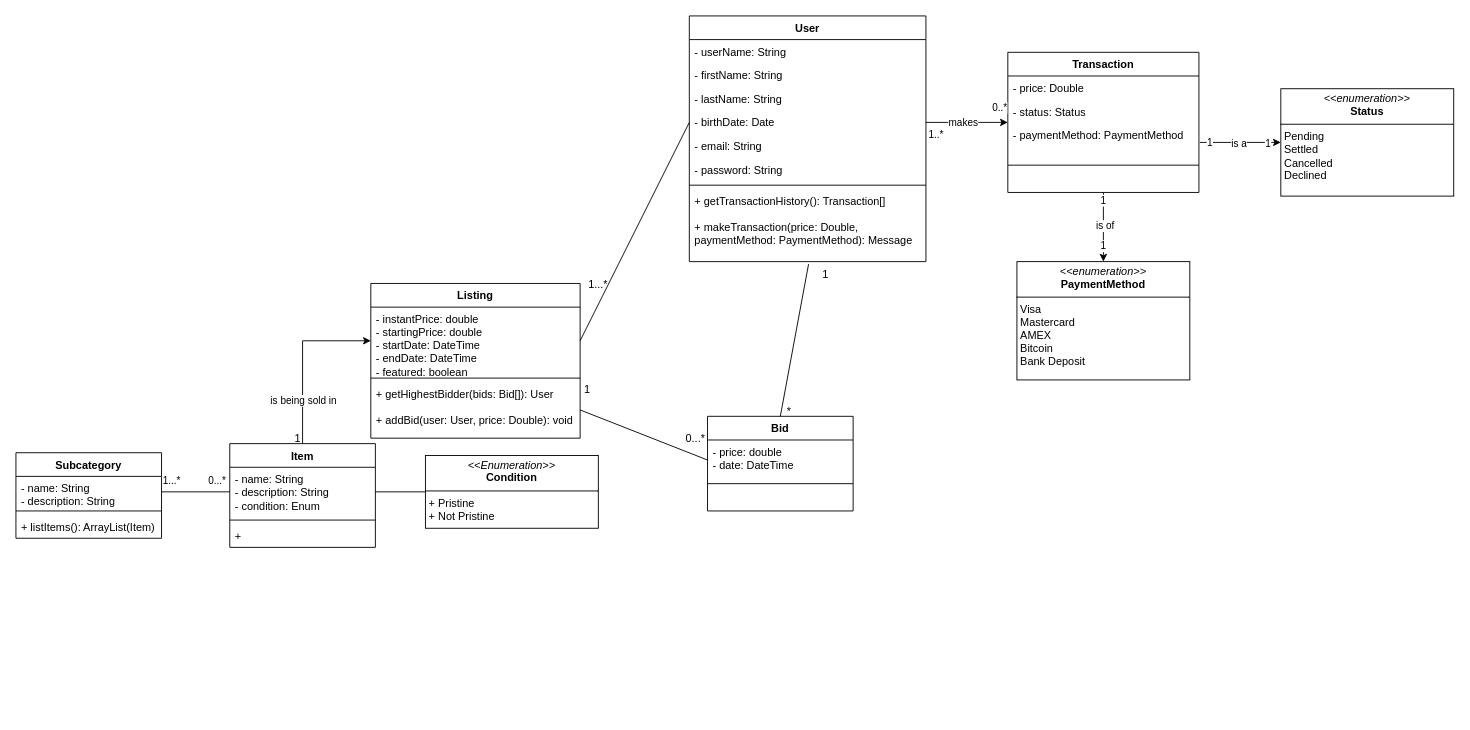
This is page "Page-1" (1 of 2) of Workshop4.drawio from antonykimuom/SWEN30006-2025-SM1-workshop1-tuew05-14-00-team-12, a draw.io file, before an edit. Source tidied: cells renumbered, new cells numbered last; positions are measured from the earlier drawing's top-left corner, leaving out a move shared by most shapes. Both pictures are drawn from the tidied source at 91%, with x=0, y=0 at pixel (15, 15).
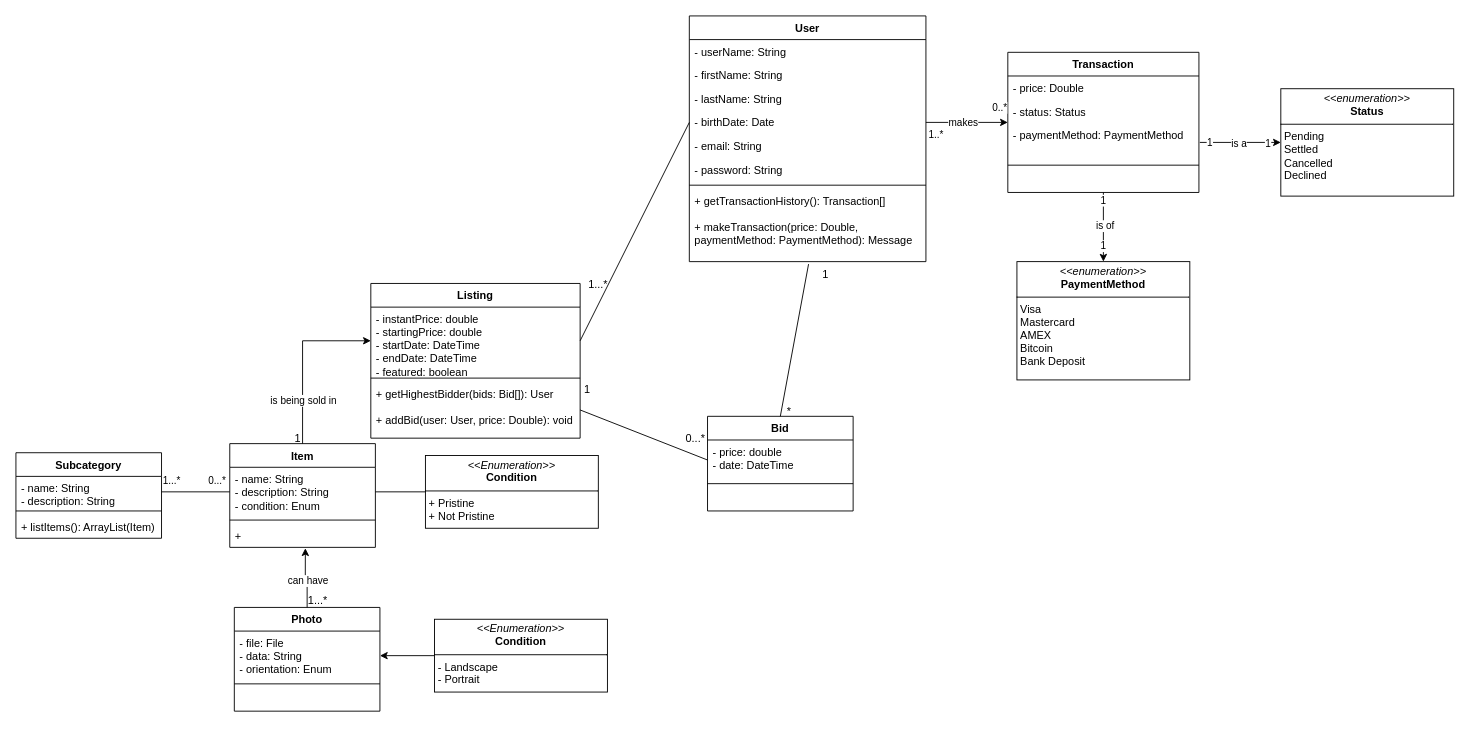
Above is the later version.

Unchanged cells that the change refers to:
```xml
<mxCell id="37" value="+" style="text;strokeColor=none;fillColor=none;align=left;verticalAlign=top;spacingLeft=4;spacingRight=4;overflow=hidden;points=[[0,0.5],[1,0.5]];portConstraint=eastwest;whiteSpace=wrap;html=1;" parent="34" vertex="1">
  <mxGeometry y="88" width="160" height="26" as="geometry" />
</mxCell>
```

Change to the diagram source:
```diff
@@
+    <mxCell id="66" value="Photo" style="swimlane;fontStyle=1;align=center;verticalAlign=top;horizontal=1;startSize=26;whiteSpace=wrap;html=1;" parent="1" vertex="1">
+      <mxGeometry x="240" y="650" width="160" height="114" as="geometry" />
+    </mxCell>
+    <mxCell id="67" value="- file: File&lt;div&gt;- data: String&lt;/div&gt;&lt;div&gt;- orientation: Enum&lt;/div&gt;" style="text;strokeColor=none;fillColor=none;align=left;verticalAlign=top;spacingLeft=4;spacingRight=4;overflow=hidden;points=[[0,0.5],[1,0.5]];portConstraint=eastwest;whiteSpace=wrap;html=1;" parent="66" vertex="1">
+      <mxGeometry y="26" width="160" height="54" as="geometry" />
+    </mxCell>
+    <mxCell id="68" style="line;strokeWidth=1;fillColor=none;align=left;verticalAlign=middle;spacingTop=-1;spacingLeft=3;spacingRight=3;labelPosition=right;strokeColor=inherit;" parent="66" vertex="1">
+      <mxGeometry y="80" width="160" height="8" as="geometry" />
+    </mxCell>
+    <mxCell id="69" value="&lt;br&gt;&lt;div&gt;&lt;br&gt;&lt;/div&gt;" style="text;strokeColor=none;fillColor=none;align=left;verticalAlign=top;spacingLeft=4;spacingRight=4;overflow=hidden;whiteSpace=wrap;html=1;" parent="66" vertex="1">
+      <mxGeometry y="88" width="160" height="26" as="geometry" />
+    </mxCell>
+    <mxCell id="70" style="edgeStyle=orthogonalEdgeStyle;rounded=0;jettySize=auto;html=1;entryX=0.519;entryY=1.038;entryDx=0;entryDy=0;entryPerimeter=0;" parent="1" edge="1" source="66" target="37">
+      <mxGeometry relative="1" as="geometry" />
+    </mxCell>
+    <mxCell id="71" value="can have" style="edgeLabel;html=1;align=center;verticalAlign=middle;" parent="70" vertex="1">
+      <mxGeometry x="-0.19" y="-1" relative="1" as="geometry">
+        <mxPoint x="-1" y="-3" as="offset" />
+      </mxGeometry>
+    </mxCell>
+    <mxCell id="72" value="1...*" style="text;html=1;align=center;verticalAlign=middle;whiteSpace=wrap;rounded=0;" parent="1" vertex="1">
+      <mxGeometry x="302" y="628" width="60" height="30" as="geometry" />
+    </mxCell>
+    <mxCell id="73" style="edgeStyle=orthogonalEdgeStyle;rounded=0;jettySize=auto;html=1;entryX=1;entryY=0.5;entryDx=0;entryDy=0;" parent="1" edge="1" source="74" target="67">
+      <mxGeometry relative="1" as="geometry" />
+    </mxCell>
+    <mxCell id="74" value="&lt;p style=&quot;margin:0px;margin-top:4px;text-align:center;&quot;&gt;&lt;i&gt;&amp;lt;&amp;lt;Enumeration&amp;gt;&amp;gt;&lt;/i&gt;&lt;br&gt;&lt;b&gt;Condition&lt;/b&gt;&lt;/p&gt;&lt;hr size=&quot;1&quot; style=&quot;border-style:solid;&quot;&gt;&lt;p style=&quot;margin:0px;margin-left:4px;&quot;&gt;- Landscape&lt;/p&gt;&lt;p style=&quot;margin:0px;margin-left:4px;&quot;&gt;- Portrait&lt;/p&gt;" style="verticalAlign=top;align=left;overflow=fill;html=1;whiteSpace=wrap;" parent="1" vertex="1">
+      <mxGeometry x="460" y="663" width="190" height="80" as="geometry" />
+    </mxCell>
```
